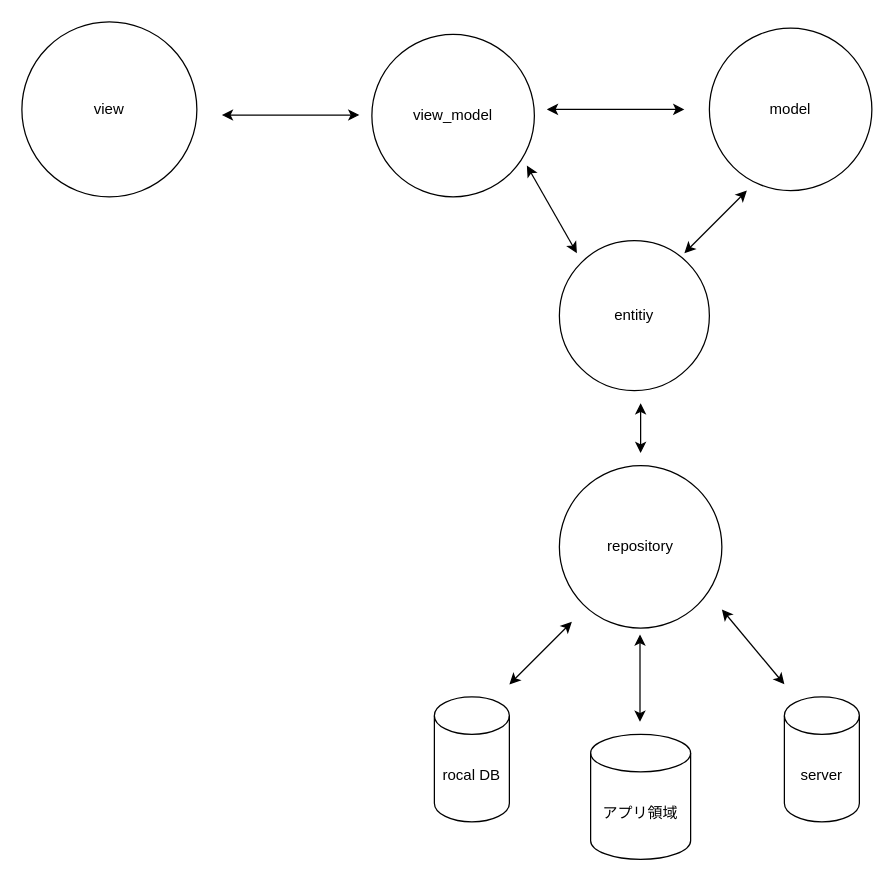
Before: 名称未設定ファイル.drawio in masal9pse/atcoder-practice, a draw.io diagram. Source tidied: cells renumbered, new cells numbered last; positions are measured from the earlier drawing's top-left corner, leaving out a move shared by most shapes. Both pictures are drawn from the tidied source at 125%, with x=0, y=0 at pixel (21, 21).
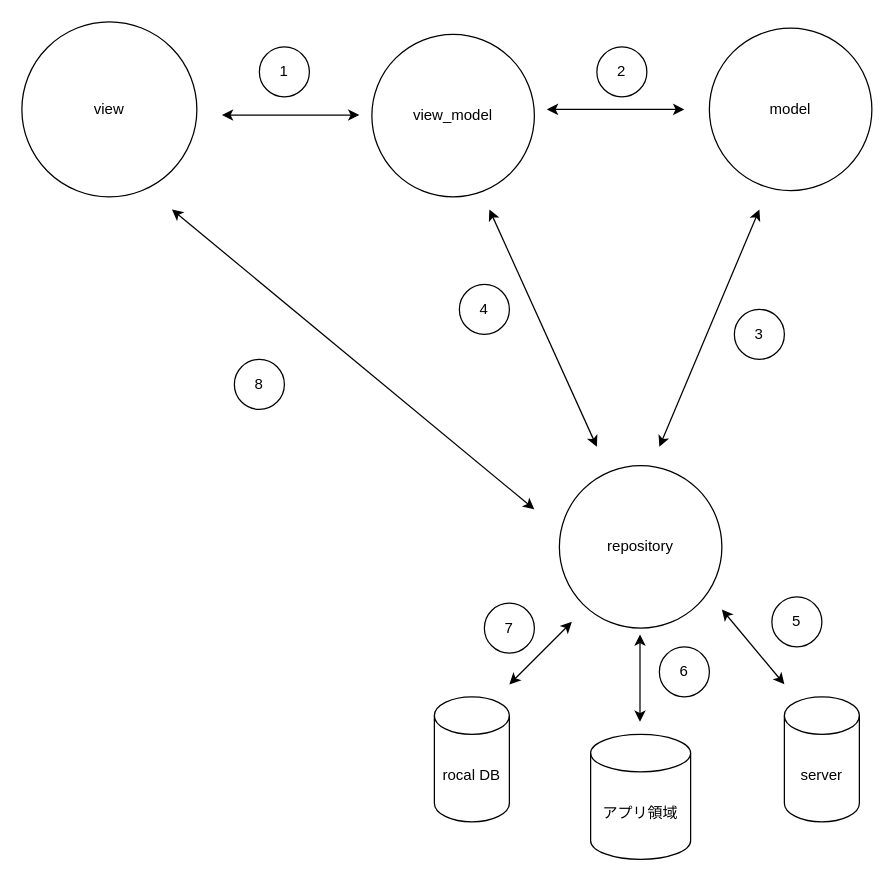
The same page after the edit.

Change to the diagram source:
```diff
@@
-    <mxCell id="8" value="entitiy" style="ellipse;whiteSpace=wrap;html=1;" parent="1" vertex="1">
-      <mxGeometry x="430" y="175" width="120" height="120" as="geometry" />
-    </mxCell>
     <mxCell id="9" style="endArrow=classic;startArrow=classic;html=1;rounded=0;" parent="1" edge="1">
       <mxGeometry relative="1" as="geometry">
-        <mxPoint x="530" y="185" as="sourcePoint" />
-        <mxPoint x="580" y="135" as="targetPoint" />
+        <mxPoint x="510" y="340" as="sourcePoint" />
+        <mxPoint x="590" y="150" as="targetPoint" />
       </mxGeometry>
     </mxCell>
-    <mxCell id="10" style="endArrow=classic;startArrow=classic;html=1;rounded=0;" parent="1" edge="1">
-      <mxGeometry relative="1" as="geometry">
-        <mxPoint x="495" y="345" as="sourcePoint" />
-        <mxPoint x="495" y="305" as="targetPoint" />
-      </mxGeometry>
-    </mxCell>
-    <mxCell id="11" style="endArrow=classic;startArrow=classic;html=1;rounded=0;" parent="1" edge="1">
-      <mxGeometry relative="1" as="geometry">
-        <mxPoint x="444" y="185" as="sourcePoint" />
-        <mxPoint x="404" y="115" as="targetPoint" />
-      </mxGeometry>
-    </mxCell>
@@
+    <mxCell id="18" style="endArrow=classic;startArrow=classic;html=1;rounded=0;" parent="1" edge="1">
+      <mxGeometry relative="1" as="geometry">
+        <mxPoint x="410" y="390" as="sourcePoint" />
+        <mxPoint x="120" y="150" as="targetPoint" />
+      </mxGeometry>
+    </mxCell>
+    <mxCell id="19" value="8" style="ellipse;whiteSpace=wrap;html=1;" parent="1" vertex="1">
+      <mxGeometry x="170" y="270" width="40" height="40" as="geometry" />
+    </mxCell>
+    <mxCell id="20" value="1" style="ellipse;whiteSpace=wrap;html=1;" parent="1" vertex="1">
+      <mxGeometry x="190" y="20" width="40" height="40" as="geometry" />
+    </mxCell>
+    <mxCell id="21" value="2" style="ellipse;whiteSpace=wrap;html=1;" parent="1" vertex="1">
+      <mxGeometry x="460" y="20" width="40" height="40" as="geometry" />
+    </mxCell>
+    <mxCell id="22" value="5" style="ellipse;whiteSpace=wrap;html=1;" parent="1" vertex="1">
+      <mxGeometry x="600" y="460" width="40" height="40" as="geometry" />
+    </mxCell>
+    <mxCell id="23" value="6" style="ellipse;whiteSpace=wrap;html=1;" parent="1" vertex="1">
+      <mxGeometry x="510" y="500" width="40" height="40" as="geometry" />
+    </mxCell>
+    <mxCell id="24" value="7" style="ellipse;whiteSpace=wrap;html=1;" parent="1" vertex="1">
+      <mxGeometry x="370" y="465" width="40" height="40" as="geometry" />
+    </mxCell>
+    <mxCell id="25" style="endArrow=classic;startArrow=classic;html=1;rounded=0;" parent="1" edge="1">
+      <mxGeometry relative="1" as="geometry">
+        <mxPoint x="460" y="340" as="sourcePoint" />
+        <mxPoint x="374" y="150" as="targetPoint" />
+      </mxGeometry>
+    </mxCell>
+    <mxCell id="26" value="3" style="ellipse;whiteSpace=wrap;html=1;" parent="1" vertex="1">
+      <mxGeometry x="570" y="230" width="40" height="40" as="geometry" />
+    </mxCell>
+    <mxCell id="27" value="4" style="ellipse;whiteSpace=wrap;html=1;" parent="1" vertex="1">
+      <mxGeometry x="350" y="210" width="40" height="40" as="geometry" />
+    </mxCell>
```
